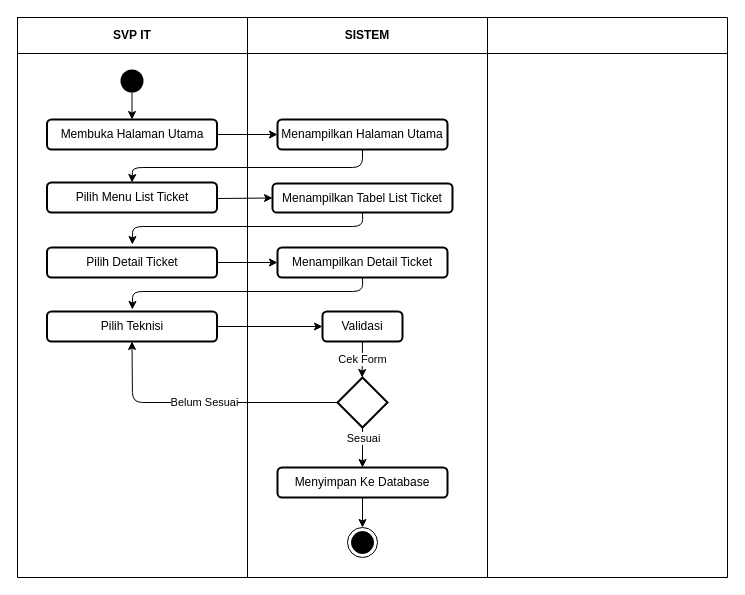
This is page "Activity Diagram Assigned Ticket" (4 of 6) of SUSUNAN/Activity Diagram.drawio from rayidetriawan/ticketing, a draw.io file, before an edit. Source tidied: cells renumbered, new cells numbered last; positions are measured from the earlier drawing's top-left corner, leaving out a move shared by most shapes. Both pictures are drawn from the tidied source at 100%, with x=0, y=0 at pixel (17, 17).
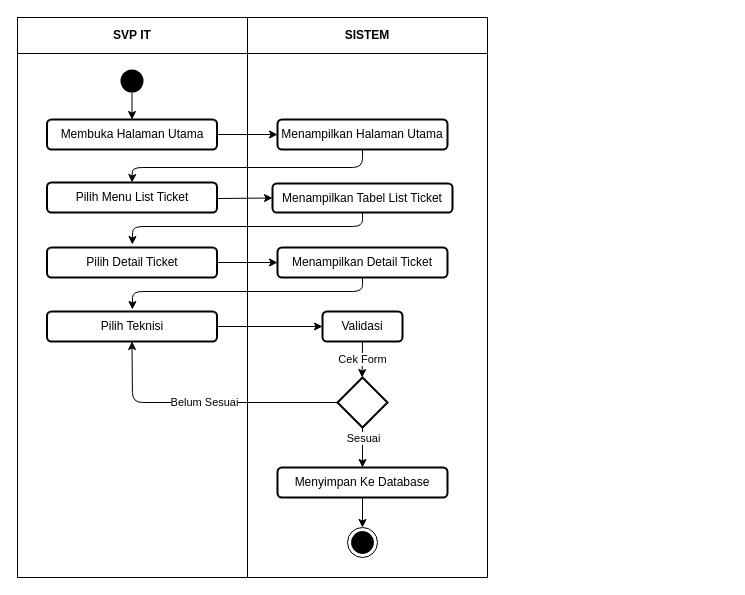
The same diagram, later.

The edit, as a diff of the source:
```diff
@@
     <mxCell id="2" style="shape=table;html=1;whiteSpace=wrap;startSize=0;childLayout=tableLayout;" parent="1" vertex="1">
-      <mxGeometry width="710" height="560" as="geometry" />
+      <mxGeometry width="470" height="560" as="geometry" />
     </mxCell>
     <mxCell id="3" style="shape=partialRectangle;html=1;whiteSpace=wrap;fillColor=none;top=0;left=0;bottom=0;right=0;" parent="2" vertex="1">
-      <mxGeometry width="710" height="36" as="geometry" />
+      <mxGeometry width="470" height="36" as="geometry" />
     </mxCell>
@@
-    <mxCell id="6" style="shape=partialRectangle;html=1;whiteSpace=wrap;fillColor=none;top=0;left=0;bottom=0;right=0;overflow=hidden;" parent="3" vertex="1">
-      <mxGeometry x="470" width="240" height="36" as="geometry" />
-    </mxCell>
     <mxCell id="7" style="shape=partialRectangle;html=1;whiteSpace=wrap;fillColor=none;top=0;left=0;bottom=0;right=0;" parent="2" vertex="1">
-      <mxGeometry y="36" width="710" height="524" as="geometry" />
+      <mxGeometry y="36" width="470" height="524" as="geometry" />
     </mxCell>
@@
-    <mxCell id="10" style="shape=partialRectangle;html=1;whiteSpace=wrap;fillColor=none;top=0;left=0;bottom=0;right=0;overflow=hidden;" parent="7" vertex="1">
-      <mxGeometry x="470" width="240" height="524" as="geometry" />
-    </mxCell>
```
